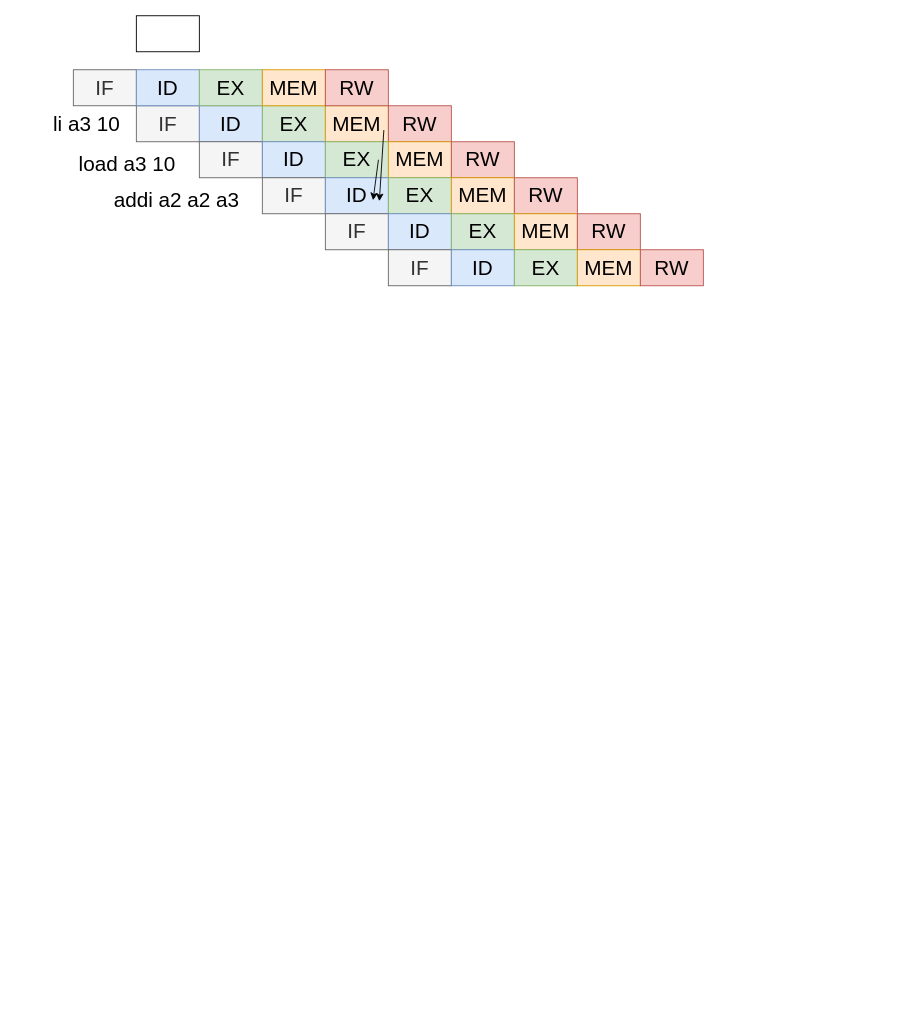
leesum1/ysyx keeps this draw.io diagram as npc/流水线模拟.drawio. Above is the earlier version. Source tidied: cells renumbered, new cells numbered last; positions are measured from the earlier drawing's top-left corner, leaving out a move shared by most shapes. Both pictures are drawn from the tidied source at 90%, with x=0, y=0 at pixel (46, 15).
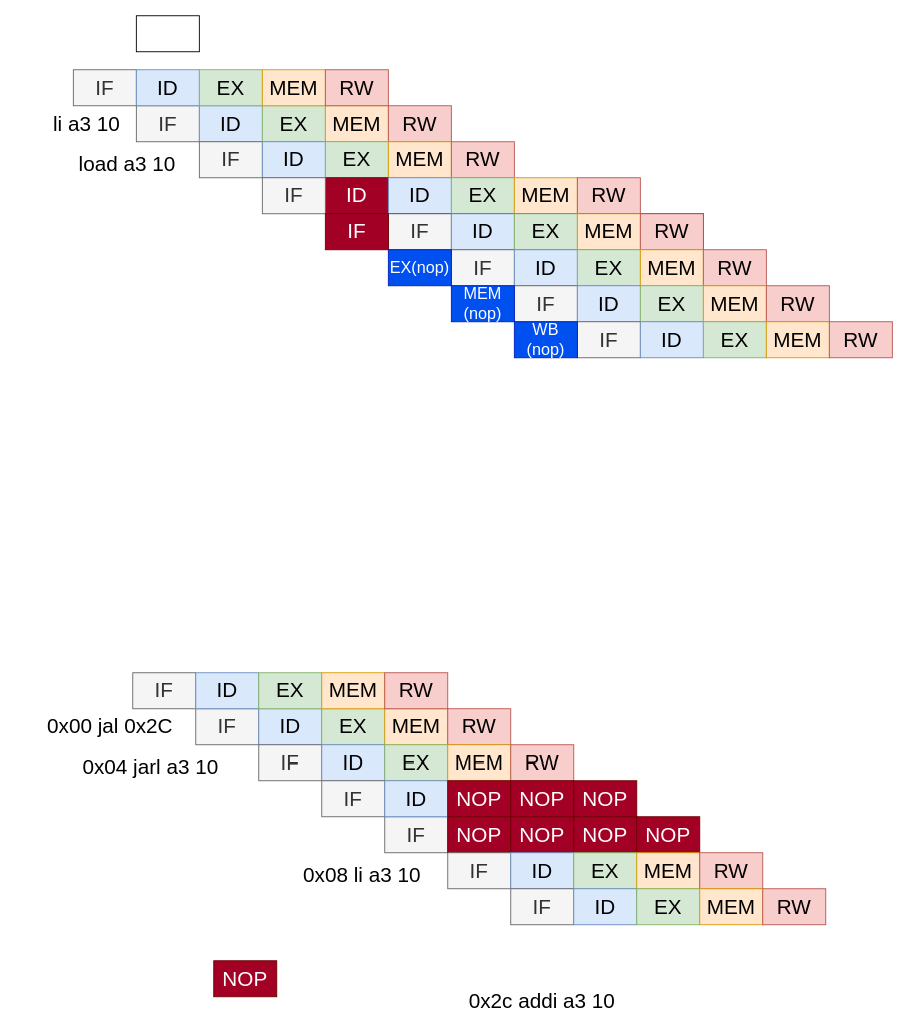
After the change.

Change to the diagram source:
```diff
@@
-    <mxCell id="14" style="group;" parent="1" vertex="1">
-      <mxGeometry x="240" y="180" width="350" height="40" as="geometry" />
-    </mxCell>
-    <mxCell id="15" value="IF" style="whiteSpace=wrap;html=1;align=center;fontSize=23;fillColor=#f5f5f5;fontColor=#333333;strokeColor=#666666;" parent="14" vertex="1">
-      <mxGeometry width="70" height="40" as="geometry" />
-    </mxCell>
-    <mxCell id="16" value="ID" style="whiteSpace=wrap;html=1;align=center;fontSize=23;fillColor=#dae8fc;strokeColor=#6c8ebf;" parent="14" vertex="1">
-      <mxGeometry x="70" width="70" height="40" as="geometry" />
-    </mxCell>
-    <mxCell id="17" value="EX" style="whiteSpace=wrap;html=1;align=center;fontSize=23;fillColor=#d5e8d4;strokeColor=#82b366;" parent="14" vertex="1">
-      <mxGeometry x="140" width="70" height="40" as="geometry" />
-    </mxCell>
-    <mxCell id="18" value="MEM" style="whiteSpace=wrap;html=1;align=center;fontSize=23;fillColor=#ffe6cc;strokeColor=#d79b00;" parent="14" vertex="1">
-      <mxGeometry x="210" width="70" height="40" as="geometry" />
-    </mxCell>
-    <mxCell id="19" value="RW" style="whiteSpace=wrap;html=1;align=center;fontSize=23;fillColor=#f8cecc;strokeColor=#b85450;" parent="14" vertex="1">
-      <mxGeometry x="280" width="70" height="40" as="geometry" />
-    </mxCell>
-    <mxCell id="20" style="group;" parent="1" vertex="1">
-      <mxGeometry x="310" y="220" width="350" height="40" as="geometry" />
-    </mxCell>
-    <mxCell id="21" value="IF" style="whiteSpace=wrap;html=1;align=center;fontSize=23;fillColor=#f5f5f5;fontColor=#333333;strokeColor=#666666;" parent="20" vertex="1">
-      <mxGeometry width="70" height="40" as="geometry" />
-    </mxCell>
-    <mxCell id="22" value="ID" style="whiteSpace=wrap;html=1;align=center;fontSize=23;fillColor=#dae8fc;strokeColor=#6c8ebf;" parent="20" vertex="1">
-      <mxGeometry x="70" width="70" height="40" as="geometry" />
-    </mxCell>
-    <mxCell id="23" value="EX" style="whiteSpace=wrap;html=1;align=center;fontSize=23;fillColor=#d5e8d4;strokeColor=#82b366;" parent="20" vertex="1">
-      <mxGeometry x="140" width="70" height="40" as="geometry" />
-    </mxCell>
-    <mxCell id="24" value="MEM" style="whiteSpace=wrap;html=1;align=center;fontSize=23;fillColor=#ffe6cc;strokeColor=#d79b00;" parent="20" vertex="1">
-      <mxGeometry x="210" width="70" height="40" as="geometry" />
-    </mxCell>
-    <mxCell id="25" value="RW" style="whiteSpace=wrap;html=1;align=center;fontSize=23;fillColor=#f8cecc;strokeColor=#b85450;" parent="20" vertex="1">
-      <mxGeometry x="280" width="70" height="40" as="geometry" />
-    </mxCell>
-    <mxCell id="26" style="group;" parent="1" vertex="1">
-      <mxGeometry x="380" y="260" width="350" height="40" as="geometry" />
-    </mxCell>
-    <mxCell id="27" value="IF" style="whiteSpace=wrap;html=1;align=center;fontSize=23;fillColor=#f5f5f5;fontColor=#333333;strokeColor=#666666;" parent="26" vertex="1">
-      <mxGeometry width="70" height="40" as="geometry" />
-    </mxCell>
-    <mxCell id="28" value="ID" style="whiteSpace=wrap;html=1;align=center;fontSize=23;fillColor=#dae8fc;strokeColor=#6c8ebf;" parent="26" vertex="1">
-      <mxGeometry x="70" width="70" height="40" as="geometry" />
-    </mxCell>
-    <mxCell id="29" value="EX" style="whiteSpace=wrap;html=1;align=center;fontSize=23;fillColor=#d5e8d4;strokeColor=#82b366;" parent="26" vertex="1">
-      <mxGeometry x="140" width="70" height="40" as="geometry" />
-    </mxCell>
-    <mxCell id="30" value="MEM" style="whiteSpace=wrap;html=1;align=center;fontSize=23;fillColor=#ffe6cc;strokeColor=#d79b00;" parent="26" vertex="1">
-      <mxGeometry x="210" width="70" height="40" as="geometry" />
-    </mxCell>
-    <mxCell id="31" value="RW" style="whiteSpace=wrap;html=1;align=center;fontSize=23;fillColor=#f8cecc;strokeColor=#b85450;" parent="26" vertex="1">
-      <mxGeometry x="280" width="70" height="40" as="geometry" />
-    </mxCell>
@@
-    <mxCell id="39" value="addi a2 a2 a3" style="text;html=1;strokeColor=none;fillColor=none;align=center;verticalAlign=middle;whiteSpace=wrap;rounded=0;fontSize=23;" parent="1" vertex="1">
-      <mxGeometry x="70" y="190" width="150" height="30" as="geometry" />
-    </mxCell>
@@
-    <mxCell id="41" style="endArrow=classic;html=1;fontSize=23;" parent="1" edge="1">
-      <mxGeometry relative="1" as="geometry">
-        <mxPoint x="375" y="127" as="sourcePoint" />
-        <mxPoint x="370" y="206" as="targetPoint" />
-      </mxGeometry>
-    </mxCell>
-    <mxCell id="42" style="endArrow=classic;html=1;fontSize=23;" parent="1" edge="1">
-      <mxGeometry relative="1" as="geometry">
-        <mxPoint x="369" y="160" as="sourcePoint" />
-        <mxPoint x="363" y="205" as="targetPoint" />
-      </mxGeometry>
-    </mxCell>
@@
+    <mxCell id="44" value="ID" style="whiteSpace=wrap;html=1;align=center;fontSize=23;fillColor=#a20025;fontColor=#ffffff;strokeColor=#6F0000;" parent="1" vertex="1">
+      <mxGeometry x="310" y="180" width="70" height="40" as="geometry" />
+    </mxCell>
+    <mxCell id="15" value="IF" style="whiteSpace=wrap;html=1;align=center;fontSize=23;fillColor=#f5f5f5;fontColor=#333333;strokeColor=#666666;" parent="1" vertex="1">
+      <mxGeometry x="240" y="180" width="70" height="40" as="geometry" />
+    </mxCell>
+    <mxCell id="16" value="ID" style="whiteSpace=wrap;html=1;align=center;fontSize=23;fillColor=#dae8fc;strokeColor=#6c8ebf;" parent="1" vertex="1">
+      <mxGeometry x="380" y="180" width="70" height="40" as="geometry" />
+    </mxCell>
+    <mxCell id="17" value="EX" style="whiteSpace=wrap;html=1;align=center;fontSize=23;fillColor=#d5e8d4;strokeColor=#82b366;" parent="1" vertex="1">
+      <mxGeometry x="450" y="180" width="70" height="40" as="geometry" />
+    </mxCell>
+    <mxCell id="18" value="MEM" style="whiteSpace=wrap;html=1;align=center;fontSize=23;fillColor=#ffe6cc;strokeColor=#d79b00;" parent="1" vertex="1">
+      <mxGeometry x="520" y="180" width="70" height="40" as="geometry" />
+    </mxCell>
+    <mxCell id="19" value="RW" style="whiteSpace=wrap;html=1;align=center;fontSize=23;fillColor=#f8cecc;strokeColor=#b85450;" parent="1" vertex="1">
+      <mxGeometry x="590" y="180" width="70" height="40" as="geometry" />
+    </mxCell>
+    <mxCell id="45" style="group;" parent="1" vertex="1">
+      <mxGeometry x="166" y="770" width="350" height="40" as="geometry" />
+    </mxCell>
+    <mxCell id="46" value="IF" style="whiteSpace=wrap;html=1;align=center;fontSize=23;fillColor=#f5f5f5;fontColor=#333333;strokeColor=#666666;" parent="45" vertex="1">
+      <mxGeometry width="70" height="40" as="geometry" />
+    </mxCell>
+    <mxCell id="47" value="ID" style="whiteSpace=wrap;html=1;align=center;fontSize=23;fillColor=#dae8fc;strokeColor=#6c8ebf;" parent="45" vertex="1">
+      <mxGeometry x="70" width="70" height="40" as="geometry" />
+    </mxCell>
+    <mxCell id="48" value="EX" style="whiteSpace=wrap;html=1;align=center;fontSize=23;fillColor=#d5e8d4;strokeColor=#82b366;" parent="45" vertex="1">
+      <mxGeometry x="140" width="70" height="40" as="geometry" />
+    </mxCell>
+    <mxCell id="49" value="MEM" style="whiteSpace=wrap;html=1;align=center;fontSize=23;fillColor=#ffe6cc;strokeColor=#d79b00;" parent="45" vertex="1">
+      <mxGeometry x="210" width="70" height="40" as="geometry" />
+    </mxCell>
+    <mxCell id="50" value="RW" style="whiteSpace=wrap;html=1;align=center;fontSize=23;fillColor=#f8cecc;strokeColor=#b85450;" parent="45" vertex="1">
+      <mxGeometry x="280" width="70" height="40" as="geometry" />
+    </mxCell>
+    <mxCell id="51" value="0x00 jal 0x2C" style="text;html=1;strokeColor=none;fillColor=none;align=center;verticalAlign=middle;whiteSpace=wrap;rounded=0;fontSize=23;" parent="1" vertex="1">
+      <mxGeometry x="-34" y="775" width="210" height="30" as="geometry" />
+    </mxCell>
+    <mxCell id="52" value="0x04 jarl a3 10" style="text;html=1;strokeColor=none;fillColor=none;align=center;verticalAlign=middle;whiteSpace=wrap;rounded=0;fontSize=23;" parent="1" vertex="1">
+      <mxGeometry x="26" y="820" width="180" height="30" as="geometry" />
+    </mxCell>
+    <mxCell id="53" style="group;" parent="1" vertex="1">
+      <mxGeometry x="236" y="810" width="350" height="40" as="geometry" />
+    </mxCell>
+    <mxCell id="54" value="IF" style="whiteSpace=wrap;html=1;align=center;fontSize=23;fillColor=#f5f5f5;fontColor=#333333;strokeColor=#666666;" parent="53" vertex="1">
+      <mxGeometry width="70" height="40" as="geometry" />
+    </mxCell>
+    <mxCell id="55" value="ID" style="whiteSpace=wrap;html=1;align=center;fontSize=23;fillColor=#dae8fc;strokeColor=#6c8ebf;" parent="53" vertex="1">
+      <mxGeometry x="70" width="70" height="40" as="geometry" />
+    </mxCell>
+    <mxCell id="56" value="EX" style="whiteSpace=wrap;html=1;align=center;fontSize=23;fillColor=#d5e8d4;strokeColor=#82b366;" parent="53" vertex="1">
+      <mxGeometry x="140" width="70" height="40" as="geometry" />
+    </mxCell>
+    <mxCell id="57" value="MEM" style="whiteSpace=wrap;html=1;align=center;fontSize=23;fillColor=#ffe6cc;strokeColor=#d79b00;" parent="53" vertex="1">
+      <mxGeometry x="210" width="70" height="40" as="geometry" />
+    </mxCell>
+    <mxCell id="58" value="RW" style="whiteSpace=wrap;html=1;align=center;fontSize=23;fillColor=#f8cecc;strokeColor=#b85450;" parent="53" vertex="1">
+      <mxGeometry x="280" width="70" height="40" as="geometry" />
+    </mxCell>
+    <mxCell id="59" style="group;" parent="1" vertex="1">
+      <mxGeometry x="376" y="890" width="350" height="40" as="geometry" />
+    </mxCell>
+    <mxCell id="60" value="IF" style="whiteSpace=wrap;html=1;align=center;fontSize=23;fillColor=#f5f5f5;fontColor=#333333;strokeColor=#666666;" parent="59" vertex="1">
+      <mxGeometry width="70" height="40" as="geometry" />
+    </mxCell>
+    <mxCell id="61" value="NOP" style="whiteSpace=wrap;html=1;align=center;fontSize=23;fillColor=#a20025;fontColor=#ffffff;strokeColor=#6F0000;" parent="59" vertex="1">
+      <mxGeometry x="70" width="70" height="40" as="geometry" />
+    </mxCell>
+    <mxCell id="62" value="NOP" style="whiteSpace=wrap;html=1;align=center;fontSize=23;fillColor=#a20025;fontColor=#ffffff;strokeColor=#6F0000;" parent="59" vertex="1">
+      <mxGeometry x="140" width="70" height="40" as="geometry" />
+    </mxCell>
+    <mxCell id="63" value="NOP" style="whiteSpace=wrap;html=1;align=center;fontSize=23;fillColor=#a20025;fontColor=#ffffff;strokeColor=#6F0000;" parent="59" vertex="1">
+      <mxGeometry x="210" width="70" height="40" as="geometry" />
+    </mxCell>
+    <mxCell id="64" value="NOP" style="whiteSpace=wrap;html=1;align=center;fontSize=23;fillColor=#a20025;fontColor=#ffffff;strokeColor=#6F0000;" parent="59" vertex="1">
+      <mxGeometry x="280" width="70" height="40" as="geometry" />
+    </mxCell>
+    <mxCell id="65" value="0x08 li a3 10" style="text;html=1;strokeColor=none;fillColor=none;align=center;verticalAlign=middle;whiteSpace=wrap;rounded=0;fontSize=23;" parent="1" vertex="1">
+      <mxGeometry x="276" y="940" width="150" height="30" as="geometry" />
+    </mxCell>
+    <mxCell id="66" style="group;" parent="1" vertex="1">
+      <mxGeometry x="306" y="850" width="350" height="40" as="geometry" />
+    </mxCell>
+    <mxCell id="67" value="IF" style="whiteSpace=wrap;html=1;align=center;fontSize=23;fillColor=#f5f5f5;fontColor=#333333;strokeColor=#666666;" parent="66" vertex="1">
+      <mxGeometry width="70" height="40" as="geometry" />
+    </mxCell>
+    <mxCell id="68" value="ID" style="whiteSpace=wrap;html=1;align=center;fontSize=23;fillColor=#dae8fc;strokeColor=#6c8ebf;" parent="66" vertex="1">
+      <mxGeometry x="70" width="70" height="40" as="geometry" />
+    </mxCell>
+    <mxCell id="69" value="NOP" style="whiteSpace=wrap;html=1;align=center;fontSize=23;fillColor=#a20025;fontColor=#ffffff;strokeColor=#6F0000;" parent="66" vertex="1">
+      <mxGeometry x="140" width="70" height="40" as="geometry" />
+    </mxCell>
+    <mxCell id="70" value="NOP" style="whiteSpace=wrap;html=1;align=center;fontSize=23;fillColor=#a20025;fontColor=#ffffff;strokeColor=#6F0000;" parent="66" vertex="1">
+      <mxGeometry x="210" width="70" height="40" as="geometry" />
+    </mxCell>
+    <mxCell id="71" value="NOP" style="whiteSpace=wrap;html=1;align=center;fontSize=23;fillColor=#a20025;fontColor=#ffffff;strokeColor=#6F0000;" parent="66" vertex="1">
+      <mxGeometry x="280" width="70" height="40" as="geometry" />
+    </mxCell>
+    <mxCell id="72" value="0x2c addi a3 10" style="text;html=1;strokeColor=none;fillColor=none;align=center;verticalAlign=middle;whiteSpace=wrap;rounded=0;fontSize=23;" parent="1" vertex="1">
+      <mxGeometry x="466" y="1080" width="170" height="30" as="geometry" />
+    </mxCell>
+    <mxCell id="73" style="group;" parent="1" vertex="1">
+      <mxGeometry x="446" y="930" width="350" height="40" as="geometry" />
+    </mxCell>
+    <mxCell id="74" value="IF" style="whiteSpace=wrap;html=1;align=center;fontSize=23;fillColor=#f5f5f5;fontColor=#333333;strokeColor=#666666;" parent="73" vertex="1">
+      <mxGeometry width="70" height="40" as="geometry" />
+    </mxCell>
+    <mxCell id="75" value="ID" style="whiteSpace=wrap;html=1;align=center;fontSize=23;fillColor=#dae8fc;strokeColor=#6c8ebf;" parent="73" vertex="1">
+      <mxGeometry x="70" width="70" height="40" as="geometry" />
+    </mxCell>
+    <mxCell id="76" value="EX" style="whiteSpace=wrap;html=1;align=center;fontSize=23;fillColor=#d5e8d4;strokeColor=#82b366;" parent="73" vertex="1">
+      <mxGeometry x="140" width="70" height="40" as="geometry" />
+    </mxCell>
+    <mxCell id="77" value="MEM" style="whiteSpace=wrap;html=1;align=center;fontSize=23;fillColor=#ffe6cc;strokeColor=#d79b00;" parent="73" vertex="1">
+      <mxGeometry x="210" width="70" height="40" as="geometry" />
+    </mxCell>
+    <mxCell id="78" value="RW" style="whiteSpace=wrap;html=1;align=center;fontSize=23;fillColor=#f8cecc;strokeColor=#b85450;" parent="73" vertex="1">
+      <mxGeometry x="280" width="70" height="40" as="geometry" />
+    </mxCell>
+    <mxCell id="79" style="group;" parent="1" vertex="1">
+      <mxGeometry x="516" y="970" width="350" height="40" as="geometry" />
+    </mxCell>
+    <mxCell id="80" value="IF" style="whiteSpace=wrap;html=1;align=center;fontSize=23;fillColor=#f5f5f5;fontColor=#333333;strokeColor=#666666;" parent="79" vertex="1">
+      <mxGeometry width="70" height="40" as="geometry" />
+    </mxCell>
+    <mxCell id="81" value="ID" style="whiteSpace=wrap;html=1;align=center;fontSize=23;fillColor=#dae8fc;strokeColor=#6c8ebf;" parent="79" vertex="1">
+      <mxGeometry x="70" width="70" height="40" as="geometry" />
+    </mxCell>
+    <mxCell id="82" value="EX" style="whiteSpace=wrap;html=1;align=center;fontSize=23;fillColor=#d5e8d4;strokeColor=#82b366;" parent="79" vertex="1">
+      <mxGeometry x="140" width="70" height="40" as="geometry" />
+    </mxCell>
+    <mxCell id="83" value="MEM" style="whiteSpace=wrap;html=1;align=center;fontSize=23;fillColor=#ffe6cc;strokeColor=#d79b00;" parent="79" vertex="1">
+      <mxGeometry x="210" width="70" height="40" as="geometry" />
+    </mxCell>
+    <mxCell id="84" value="RW" style="whiteSpace=wrap;html=1;align=center;fontSize=23;fillColor=#f8cecc;strokeColor=#b85450;" parent="79" vertex="1">
+      <mxGeometry x="280" width="70" height="40" as="geometry" />
+    </mxCell>
+    <mxCell id="85" value="NOP" style="whiteSpace=wrap;html=1;align=center;fontSize=23;fillColor=#a20025;fontColor=#ffffff;strokeColor=#6F0000;" parent="1" vertex="1">
+      <mxGeometry x="186" y="1050" width="70" height="40" as="geometry" />
+    </mxCell>
+    <mxCell id="86" style="group;" parent="1" vertex="1">
+      <mxGeometry x="96" y="730" width="350" height="40" as="geometry" />
+    </mxCell>
+    <mxCell id="87" value="IF" style="whiteSpace=wrap;html=1;align=center;fontSize=23;fillColor=#f5f5f5;fontColor=#333333;strokeColor=#666666;" parent="86" vertex="1">
+      <mxGeometry width="70" height="40" as="geometry" />
+    </mxCell>
+    <mxCell id="88" value="ID" style="whiteSpace=wrap;html=1;align=center;fontSize=23;fillColor=#dae8fc;strokeColor=#6c8ebf;" parent="86" vertex="1">
+      <mxGeometry x="70" width="70" height="40" as="geometry" />
+    </mxCell>
+    <mxCell id="89" value="EX" style="whiteSpace=wrap;html=1;align=center;fontSize=23;fillColor=#d5e8d4;strokeColor=#82b366;" parent="86" vertex="1">
+      <mxGeometry x="140" width="70" height="40" as="geometry" />
+    </mxCell>
+    <mxCell id="90" value="MEM" style="whiteSpace=wrap;html=1;align=center;fontSize=23;fillColor=#ffe6cc;strokeColor=#d79b00;" parent="86" vertex="1">
+      <mxGeometry x="210" width="70" height="40" as="geometry" />
+    </mxCell>
+    <mxCell id="91" value="RW" style="whiteSpace=wrap;html=1;align=center;fontSize=23;fillColor=#f8cecc;strokeColor=#b85450;" parent="86" vertex="1">
+      <mxGeometry x="280" width="70" height="40" as="geometry" />
+    </mxCell>
+    <mxCell id="92" style="group;fillColor=#a20025;fontColor=#ffffff;strokeColor=#6F0000;" parent="1" vertex="1">
+      <mxGeometry x="380" y="220" width="350" height="40" as="geometry" />
+    </mxCell>
+    <mxCell id="93" value="IF" style="whiteSpace=wrap;html=1;align=center;fontSize=23;fillColor=#f5f5f5;fontColor=#333333;strokeColor=#666666;" parent="92" vertex="1">
+      <mxGeometry width="70" height="40" as="geometry" />
+    </mxCell>
+    <mxCell id="94" value="ID" style="whiteSpace=wrap;html=1;align=center;fontSize=23;fillColor=#dae8fc;strokeColor=#6c8ebf;" parent="92" vertex="1">
+      <mxGeometry x="70" width="70" height="40" as="geometry" />
+    </mxCell>
+    <mxCell id="95" value="EX" style="whiteSpace=wrap;html=1;align=center;fontSize=23;fillColor=#d5e8d4;strokeColor=#82b366;" parent="92" vertex="1">
+      <mxGeometry x="140" width="70" height="40" as="geometry" />
+    </mxCell>
+    <mxCell id="96" value="MEM" style="whiteSpace=wrap;html=1;align=center;fontSize=23;fillColor=#ffe6cc;strokeColor=#d79b00;" parent="92" vertex="1">
+      <mxGeometry x="210" width="70" height="40" as="geometry" />
+    </mxCell>
+    <mxCell id="97" value="RW" style="whiteSpace=wrap;html=1;align=center;fontSize=23;fillColor=#f8cecc;strokeColor=#b85450;" parent="92" vertex="1">
+      <mxGeometry x="280" width="70" height="40" as="geometry" />
+    </mxCell>
+    <mxCell id="98" value="IF" style="whiteSpace=wrap;html=1;align=center;fontSize=23;fillColor=#a20025;fontColor=#ffffff;strokeColor=#6F0000;" parent="1" vertex="1">
+      <mxGeometry x="310" y="220" width="70" height="40" as="geometry" />
+    </mxCell>
+    <mxCell id="99" style="group;" parent="1" vertex="1">
+      <mxGeometry x="450" y="260" width="350" height="40" as="geometry" />
+    </mxCell>
+    <mxCell id="100" value="IF" style="whiteSpace=wrap;html=1;align=center;fontSize=23;fillColor=#f5f5f5;fontColor=#333333;strokeColor=#666666;" parent="99" vertex="1">
+      <mxGeometry width="70" height="40" as="geometry" />
+    </mxCell>
+    <mxCell id="101" value="ID" style="whiteSpace=wrap;html=1;align=center;fontSize=23;fillColor=#dae8fc;strokeColor=#6c8ebf;" parent="99" vertex="1">
+      <mxGeometry x="70" width="70" height="40" as="geometry" />
+    </mxCell>
+    <mxCell id="102" value="EX" style="whiteSpace=wrap;html=1;align=center;fontSize=23;fillColor=#d5e8d4;strokeColor=#82b366;" parent="99" vertex="1">
+      <mxGeometry x="140" width="70" height="40" as="geometry" />
+    </mxCell>
+    <mxCell id="103" value="MEM" style="whiteSpace=wrap;html=1;align=center;fontSize=23;fillColor=#ffe6cc;strokeColor=#d79b00;" parent="99" vertex="1">
+      <mxGeometry x="210" width="70" height="40" as="geometry" />
+    </mxCell>
+    <mxCell id="104" value="RW" style="whiteSpace=wrap;html=1;align=center;fontSize=23;fillColor=#f8cecc;strokeColor=#b85450;" parent="99" vertex="1">
+      <mxGeometry x="280" width="70" height="40" as="geometry" />
+    </mxCell>
+    <mxCell id="105" value="EX(nop)" style="whiteSpace=wrap;html=1;align=center;fontSize=18;fillColor=#0050ef;strokeColor=#001DBC;fontColor=#ffffff;" parent="1" vertex="1">
+      <mxGeometry x="380" y="260" width="70" height="40" as="geometry" />
+    </mxCell>
+    <mxCell id="106" style="group;" parent="1" vertex="1">
+      <mxGeometry x="520" y="300" width="350" height="40" as="geometry" />
+    </mxCell>
+    <mxCell id="107" value="IF" style="whiteSpace=wrap;html=1;align=center;fontSize=23;fillColor=#f5f5f5;fontColor=#333333;strokeColor=#666666;" parent="106" vertex="1">
+      <mxGeometry width="70" height="40" as="geometry" />
+    </mxCell>
+    <mxCell id="108" value="ID" style="whiteSpace=wrap;html=1;align=center;fontSize=23;fillColor=#dae8fc;strokeColor=#6c8ebf;" parent="106" vertex="1">
+      <mxGeometry x="70" width="70" height="40" as="geometry" />
+    </mxCell>
+    <mxCell id="109" value="EX" style="whiteSpace=wrap;html=1;align=center;fontSize=23;fillColor=#d5e8d4;strokeColor=#82b366;" parent="106" vertex="1">
+      <mxGeometry x="140" width="70" height="40" as="geometry" />
+    </mxCell>
+    <mxCell id="110" value="MEM" style="whiteSpace=wrap;html=1;align=center;fontSize=23;fillColor=#ffe6cc;strokeColor=#d79b00;" parent="106" vertex="1">
+      <mxGeometry x="210" width="70" height="40" as="geometry" />
+    </mxCell>
+    <mxCell id="111" value="RW" style="whiteSpace=wrap;html=1;align=center;fontSize=23;fillColor=#f8cecc;strokeColor=#b85450;" parent="106" vertex="1">
+      <mxGeometry x="280" width="70" height="40" as="geometry" />
+    </mxCell>
+    <mxCell id="112" value="MEM&lt;br&gt;(nop)" style="whiteSpace=wrap;html=1;align=center;fontSize=18;fillColor=#0050ef;strokeColor=#001DBC;fontColor=#ffffff;" parent="1" vertex="1">
+      <mxGeometry x="450" y="300" width="70" height="40" as="geometry" />
+    </mxCell>
+    <mxCell id="113" style="group;" parent="1" vertex="1">
+      <mxGeometry x="590" y="340" width="350" height="40" as="geometry" />
+    </mxCell>
+    <mxCell id="114" value="IF" style="whiteSpace=wrap;html=1;align=center;fontSize=23;fillColor=#f5f5f5;fontColor=#333333;strokeColor=#666666;" parent="113" vertex="1">
+      <mxGeometry width="70" height="40" as="geometry" />
+    </mxCell>
+    <mxCell id="115" value="ID" style="whiteSpace=wrap;html=1;align=center;fontSize=23;fillColor=#dae8fc;strokeColor=#6c8ebf;" parent="113" vertex="1">
+      <mxGeometry x="70" width="70" height="40" as="geometry" />
+    </mxCell>
+    <mxCell id="116" value="EX" style="whiteSpace=wrap;html=1;align=center;fontSize=23;fillColor=#d5e8d4;strokeColor=#82b366;" parent="113" vertex="1">
+      <mxGeometry x="140" width="70" height="40" as="geometry" />
+    </mxCell>
+    <mxCell id="117" value="MEM" style="whiteSpace=wrap;html=1;align=center;fontSize=23;fillColor=#ffe6cc;strokeColor=#d79b00;" parent="113" vertex="1">
+      <mxGeometry x="210" width="70" height="40" as="geometry" />
+    </mxCell>
+    <mxCell id="118" value="RW" style="whiteSpace=wrap;html=1;align=center;fontSize=23;fillColor=#f8cecc;strokeColor=#b85450;" parent="113" vertex="1">
+      <mxGeometry x="280" width="70" height="40" as="geometry" />
+    </mxCell>
+    <mxCell id="119" value="WB&lt;br&gt;(nop)" style="whiteSpace=wrap;html=1;align=center;fontSize=18;fillColor=#0050ef;strokeColor=#001DBC;fontColor=#ffffff;" parent="1" vertex="1">
+      <mxGeometry x="520" y="340" width="70" height="40" as="geometry" />
+    </mxCell>
```
